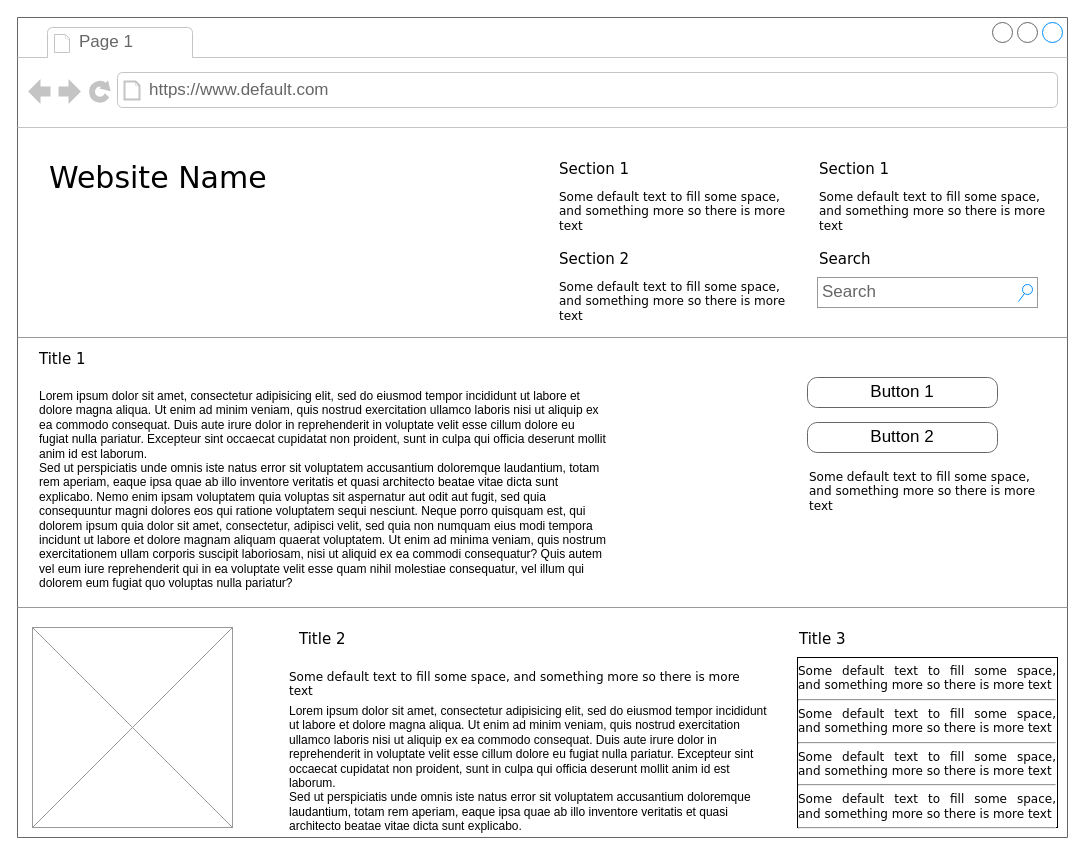
JustinForYou/MyFirstRepository keeps this draw.io diagram as drawio/未命名绘图.drawio. Above is the earlier version. Source tidied: cells renumbered, new cells numbered last; positions are measured from the earlier drawing's top-left corner, leaving out a move shared by most shapes. Both pictures are drawn from the tidied source at 100%, with x=0, y=0 at pixel (17, 17).
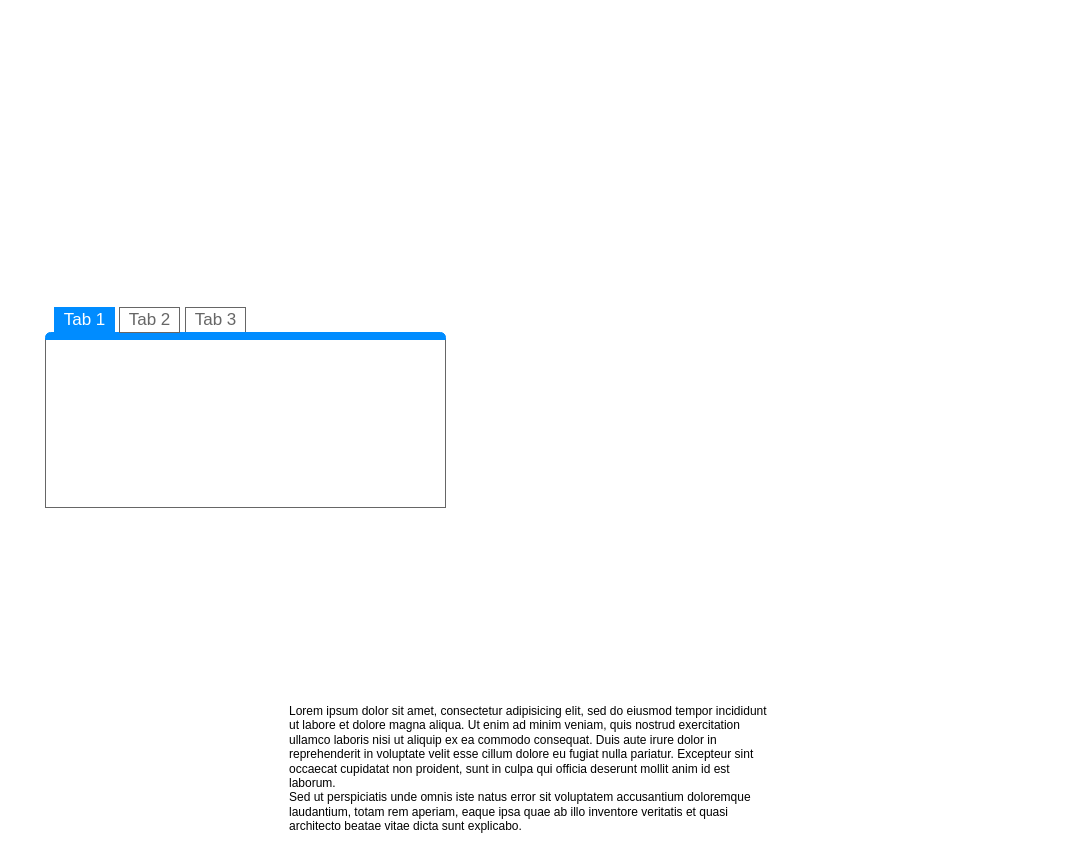
After the change.

What changed in the source:
```diff
@@
-    <mxCell id="2" style="strokeWidth=1;shadow=0;dashed=0;align=center;html=1;shape=mxgraph.mockup.containers.browserWindow;rSize=0;strokeColor=#666666;mainText=,;rounded=0;labelBackgroundColor=none;fontFamily=Verdana;fontSize=12;" parent="1" vertex="1">
-      <mxGeometry width="1050" height="820" as="geometry" />
-    </mxCell>
-    <mxCell id="3" value="Page 1" style="strokeWidth=1;shadow=0;dashed=0;align=center;html=1;shape=mxgraph.mockup.containers.anchor;fontSize=17;fontColor=#666666;align=left;" parent="2" vertex="1">
-      <mxGeometry x="60" y="12" width="110" height="26" as="geometry" />
-    </mxCell>
-    <mxCell id="4" value="https://www.default.com" style="strokeWidth=1;shadow=0;dashed=0;align=center;html=1;shape=mxgraph.mockup.containers.anchor;rSize=0;fontSize=17;fontColor=#666666;align=left;" parent="2" vertex="1">
-      <mxGeometry x="130" y="60" width="250" height="26" as="geometry" />
-    </mxCell>
-    <mxCell id="5" value="Website Name" style="text;html=1;align=left;verticalAlign=top;spacingTop=-4;fontSize=30;fontFamily=Verdana;" parent="2" vertex="1">
-      <mxGeometry x="30" y="140" width="340" height="50" as="geometry" />
-    </mxCell>
-    <mxCell id="6" value="Section 1" style="text;html=1;align=left;verticalAlign=top;spacingTop=-4;fontSize=15;fontFamily=Verdana;" parent="2" vertex="1">
-      <mxGeometry x="540" y="140" width="170" height="30" as="geometry" />
-    </mxCell>
-    <mxCell id="7" value="Some default text to fill some space, and&amp;nbsp;&lt;span&gt;something more so there is more text&lt;/span&gt;" style="text;html=1;align=left;verticalAlign=top;spacingTop=-4;fontSize=12;fontFamily=Verdana;whiteSpace=wrap;" parent="2" vertex="1">
-      <mxGeometry x="540" y="170" width="240" height="40" as="geometry" />
-    </mxCell>
-    <mxCell id="8" value="Section 2" style="text;html=1;align=left;verticalAlign=top;spacingTop=-4;fontSize=15;fontFamily=Verdana;" parent="2" vertex="1">
-      <mxGeometry x="540" y="230" width="170" height="30" as="geometry" />
-    </mxCell>
-    <mxCell id="9" value="Some default text to fill some space, and&amp;nbsp;&lt;span&gt;something more so there is more text&lt;/span&gt;" style="text;html=1;align=left;verticalAlign=top;spacingTop=-4;fontSize=12;fontFamily=Verdana;whiteSpace=wrap;" parent="2" vertex="1">
-      <mxGeometry x="540" y="260" width="240" height="40" as="geometry" />
-    </mxCell>
-    <mxCell id="10" value="Section 1" style="text;html=1;align=left;verticalAlign=top;spacingTop=-4;fontSize=15;fontFamily=Verdana;" parent="2" vertex="1">
-      <mxGeometry x="800" y="140" width="170" height="30" as="geometry" />
-    </mxCell>
-    <mxCell id="11" value="Some default text to fill some space, and&amp;nbsp;&lt;span&gt;something more so there is more text&lt;/span&gt;" style="text;html=1;align=left;verticalAlign=top;spacingTop=-4;fontSize=12;fontFamily=Verdana;whiteSpace=wrap;" parent="2" vertex="1">
-      <mxGeometry x="800" y="170" width="240" height="40" as="geometry" />
-    </mxCell>
-    <mxCell id="12" value="Search" style="text;html=1;align=left;verticalAlign=top;spacingTop=-4;fontSize=15;fontFamily=Verdana;" parent="2" vertex="1">
-      <mxGeometry x="800" y="230" width="170" height="30" as="geometry" />
-    </mxCell>
-    <mxCell id="13" value="Search" style="strokeWidth=1;shadow=0;dashed=0;align=center;html=1;shape=mxgraph.mockup.forms.searchBox;strokeColor=#999999;mainText=;strokeColor2=#008cff;fontColor=#666666;fontSize=17;align=left;spacingLeft=3;rounded=0;labelBackgroundColor=none;" parent="2" vertex="1">
-      <mxGeometry x="800" y="260" width="220" height="30" as="geometry" />
-    </mxCell>
-    <mxCell id="14" style="verticalLabelPosition=bottom;shadow=0;dashed=0;align=center;html=1;verticalAlign=top;strokeWidth=1;shape=mxgraph.mockup.markup.line;strokeColor=#999999;rounded=0;labelBackgroundColor=none;fillColor=#ffffff;fontFamily=Verdana;fontSize=12;fontColor=#000000;" parent="2" vertex="1">
-      <mxGeometry y="310" width="1050" height="20" as="geometry" />
-    </mxCell>
-    <mxCell id="15" value="Title 1" style="text;html=1;align=left;verticalAlign=top;spacingTop=-4;fontSize=15;fontFamily=Verdana;" parent="2" vertex="1">
-      <mxGeometry x="20" y="330" width="170" height="30" as="geometry" />
-    </mxCell>
-    <mxCell id="16" value="Lorem ipsum dolor sit amet, consectetur adipisicing elit, sed do eiusmod tempor incididunt ut labore et dolore magna aliqua. Ut enim ad minim veniam, quis nostrud exercitation ullamco laboris nisi ut aliquip ex ea commodo consequat. Duis aute irure dolor in reprehenderit in voluptate velit esse cillum dolore eu fugiat nulla pariatur. Excepteur sint occaecat cupidatat non proident, sunt in culpa qui officia deserunt mollit anim id est laborum.&#10;Sed ut perspiciatis unde omnis iste natus error sit voluptatem accusantium doloremque laudantium, totam rem aperiam, eaque ipsa quae ab illo inventore veritatis et quasi architecto beatae vitae dicta sunt explicabo. Nemo enim ipsam voluptatem quia voluptas sit aspernatur aut odit aut fugit, sed quia consequuntur magni dolores eos qui ratione voluptatem sequi nesciunt. Neque porro quisquam est, qui dolorem ipsum quia dolor sit amet, consectetur, adipisci velit, sed quia non numquam eius modi tempora incidunt ut labore et dolore magnam aliquam quaerat voluptatem. Ut enim ad minima veniam, quis nostrum exercitationem ullam corporis suscipit laboriosam, nisi ut aliquid ex ea commodi consequatur? Quis autem vel eum iure reprehenderit qui in ea voluptate velit esse quam nihil molestiae consequatur, vel illum qui dolorem eum fugiat quo voluptas nulla pariatur?" style="text;spacingTop=-5;whiteSpace=wrap;html=1;align=left;fontSize=12;fontFamily=Helvetica;fillColor=none;strokeColor=none;rounded=0;shadow=1;labelBackgroundColor=none;" parent="2" vertex="1">
-      <mxGeometry x="20" y="370" width="570" height="240" as="geometry" />
-    </mxCell>
-    <mxCell id="17" value="Button 1" style="strokeWidth=1;shadow=0;dashed=0;align=center;html=1;shape=mxgraph.mockup.buttons.button;strokeColor=#666666;mainText=;buttonStyle=round;fontSize=17;fontStyle=0;fillColor=none;whiteSpace=wrap;rounded=0;labelBackgroundColor=none;" parent="2" vertex="1">
-      <mxGeometry x="790" y="360" width="190" height="30" as="geometry" />
-    </mxCell>
-    <mxCell id="18" value="Button 2" style="strokeWidth=1;shadow=0;dashed=0;align=center;html=1;shape=mxgraph.mockup.buttons.button;strokeColor=#666666;mainText=;buttonStyle=round;fontSize=17;fontStyle=0;fillColor=none;whiteSpace=wrap;rounded=0;labelBackgroundColor=none;" parent="2" vertex="1">
-      <mxGeometry x="790" y="405" width="190" height="30" as="geometry" />
-    </mxCell>
-    <mxCell id="19" value="Some default text to fill some space, and&amp;nbsp;&lt;span&gt;something more so there is more text&lt;/span&gt;" style="text;html=1;align=left;verticalAlign=top;spacingTop=-4;fontSize=12;fontFamily=Verdana;whiteSpace=wrap;" parent="2" vertex="1">
-      <mxGeometry x="790" y="450" width="240" height="40" as="geometry" />
-    </mxCell>
-    <mxCell id="20" style="verticalLabelPosition=bottom;shadow=0;dashed=0;align=center;html=1;verticalAlign=top;strokeWidth=1;shape=mxgraph.mockup.markup.line;strokeColor=#999999;rounded=0;labelBackgroundColor=none;fillColor=#ffffff;fontFamily=Verdana;fontSize=12;fontColor=#000000;" parent="2" vertex="1">
-      <mxGeometry y="580" width="1050" height="20" as="geometry" />
-    </mxCell>
-    <mxCell id="21" style="verticalLabelPosition=bottom;shadow=0;dashed=0;align=center;html=1;verticalAlign=top;strokeWidth=1;shape=mxgraph.mockup.graphics.simpleIcon;strokeColor=#999999;fillColor=#ffffff;rounded=0;labelBackgroundColor=none;fontFamily=Verdana;fontSize=12;fontColor=#000000;" parent="2" vertex="1">
-      <mxGeometry x="15" y="610" width="200" height="200" as="geometry" />
-    </mxCell>
-    <mxCell id="22" value="Title 2" style="text;html=1;align=left;verticalAlign=top;spacingTop=-4;fontSize=15;fontFamily=Verdana;" parent="2" vertex="1">
-      <mxGeometry x="280" y="610" width="170" height="30" as="geometry" />
-    </mxCell>
-    <mxCell id="23" value="Title 3" style="text;html=1;align=left;verticalAlign=top;spacingTop=-4;fontSize=15;fontFamily=Verdana;" parent="2" vertex="1">
-      <mxGeometry x="780" y="610" width="170" height="30" as="geometry" />
-    </mxCell>
-    <mxCell id="24" value="&lt;div style=&quot;text-align: justify&quot;&gt;&lt;span&gt;Some default text to fill some space, and&amp;nbsp;&lt;/span&gt;&lt;span&gt;something more so there is more text&lt;/span&gt;&lt;/div&gt;&lt;div style=&quot;text-align: justify&quot;&gt;&lt;hr id=&quot;null&quot; style=&quot;text-align: justify&quot;&gt;&lt;span&gt;&lt;div style=&quot;text-align: justify&quot;&gt;&lt;span&gt;Some default text to fill some space, and&amp;nbsp;&lt;/span&gt;&lt;span&gt;something more so there is more text&lt;/span&gt;&lt;/div&gt;&lt;/span&gt;&lt;/div&gt;&lt;hr id=&quot;null&quot; style=&quot;text-align: justify&quot;&gt;&lt;span&gt;&lt;div style=&quot;text-align: justify&quot;&gt;&lt;span&gt;Some default text to fill some space, and&amp;nbsp;&lt;/span&gt;&lt;span&gt;something more so there is more text&lt;/span&gt;&lt;/div&gt;&lt;/span&gt;&lt;hr id=&quot;null&quot; style=&quot;text-align: justify&quot;&gt;&lt;span&gt;&lt;div style=&quot;text-align: justify&quot;&gt;&lt;span&gt;Some default text to fill some space, and&amp;nbsp;&lt;/span&gt;&lt;span&gt;something more so there is more text&lt;/span&gt;&lt;/div&gt;&lt;/span&gt;&lt;hr id=&quot;null&quot; style=&quot;text-align: left&quot;&gt;" style="whiteSpace=wrap;html=1;rounded=0;shadow=0;labelBackgroundColor=none;strokeWidth=1;fontFamily=Verdana;fontSize=12;align=center;verticalAlign=top;" parent="2" vertex="1">
-      <mxGeometry x="780" y="640" width="260" height="170" as="geometry" />
-    </mxCell>
-    <mxCell id="25" value="Some default text to fill some space, and&amp;nbsp;&lt;span&gt;something more so there is more text&lt;/span&gt;" style="text;html=1;align=left;verticalAlign=top;spacingTop=-4;fontSize=12;fontFamily=Verdana;whiteSpace=wrap;" parent="2" vertex="1">
-      <mxGeometry x="270" y="650" width="470" height="40" as="geometry" />
-    </mxCell>
@@
+    <mxCell id="27" style="strokeWidth=1;shadow=0;dashed=0;align=center;html=1;shape=mxgraph.mockup.containers.marginRect2;rectMarginTop=32;strokeColor=#666666;gradientColor=none;" parent="1" vertex="1">
+      <mxGeometry x="28" y="290" width="400" height="200" as="geometry" />
+    </mxCell>
+    <mxCell id="28" value="Tab 1" style="strokeWidth=1;shadow=0;dashed=0;align=center;html=1;shape=mxgraph.mockup.containers.rrect;rSize=0;fontSize=17;fontColor=#ffffff;strokeColor=#008cff;fillColor=#008cff;" parent="27" vertex="1">
+      <mxGeometry width="60" height="25" relative="1" as="geometry">
+        <mxPoint x="9" as="offset" />
+      </mxGeometry>
+    </mxCell>
+    <mxCell id="29" value="Tab 3" style="strokeColor=inherit;fillColor=inherit;gradientColor=inherit;strokeWidth=1;shadow=0;dashed=0;align=center;html=1;shape=mxgraph.mockup.containers.rrect;rSize=0;fontSize=17;fontColor=#666666;gradientColor=none;" parent="27" vertex="1">
+      <mxGeometry width="60" height="25" relative="1" as="geometry">
+        <mxPoint x="140" as="offset" />
+      </mxGeometry>
+    </mxCell>
+    <mxCell id="30" style="strokeWidth=1;shadow=0;dashed=0;align=center;html=1;shape=mxgraph.mockup.containers.topButton;rSize=5;strokeColor=#008cff;fillColor=#008cff;gradientColor=none;" parent="27" vertex="1">
+      <mxGeometry width="400" height="7" relative="1" as="geometry">
+        <mxPoint y="25" as="offset" />
+      </mxGeometry>
+    </mxCell>
+    <mxCell id="31" value="Tab 2" style="strokeColor=inherit;fillColor=inherit;gradientColor=inherit;strokeWidth=1;shadow=0;dashed=0;align=center;html=1;shape=mxgraph.mockup.containers.rrect;rSize=0;fontSize=17;fontColor=#666666;gradientColor=none;" parent="27" vertex="1">
+      <mxGeometry x="74" width="60" height="25" as="geometry" />
+    </mxCell>
```
